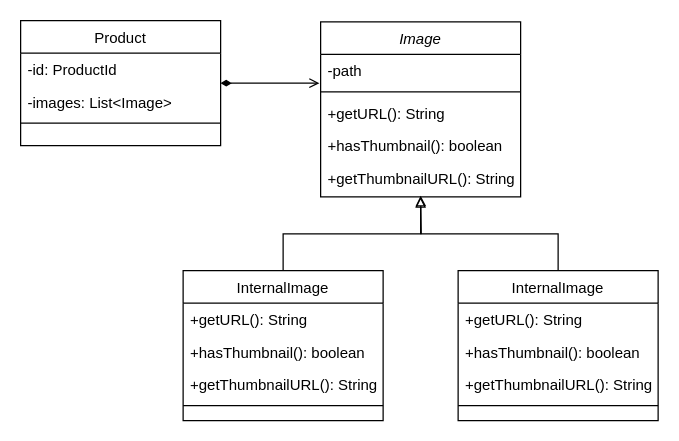
Earlier version of the draw.io diagram assets/img/dev/2024/0407/value.drawio (assu10/assu10.github.io). Source tidied: cells renumbered, new cells numbered last; positions are measured from the earlier drawing's top-left corner, leaving out a move shared by most shapes. Both pictures are drawn from the tidied source at 125%, with x=0, y=0 at pixel (20, 20).
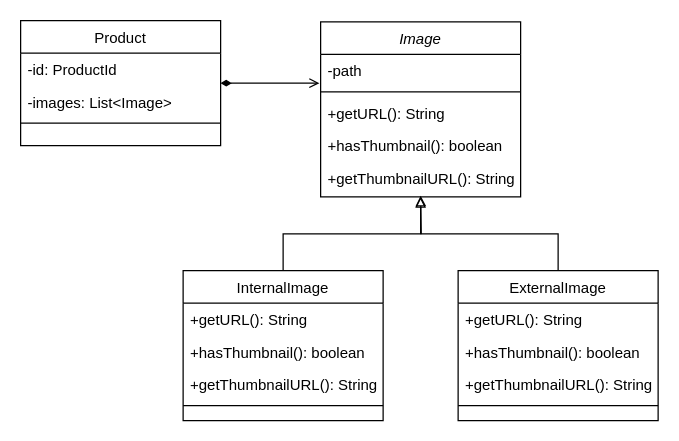
The same page after the edit.

The edit, as a diff of the source:
```diff
@@
-    <mxCell id="20" value="InternalImage" style="swimlane;fontStyle=0;align=center;verticalAlign=top;horizontal=1;startSize=26;rounded=0;shadow=0;strokeWidth=1;" parent="1" vertex="1">
+    <mxCell id="20" value="ExternalImage" style="swimlane;fontStyle=0;align=center;verticalAlign=top;horizontal=1;startSize=26;rounded=0;shadow=0;strokeWidth=1;" parent="1" vertex="1">
       <mxGeometry x="350" y="200" width="160" height="120" as="geometry" />
     </mxCell>
```
